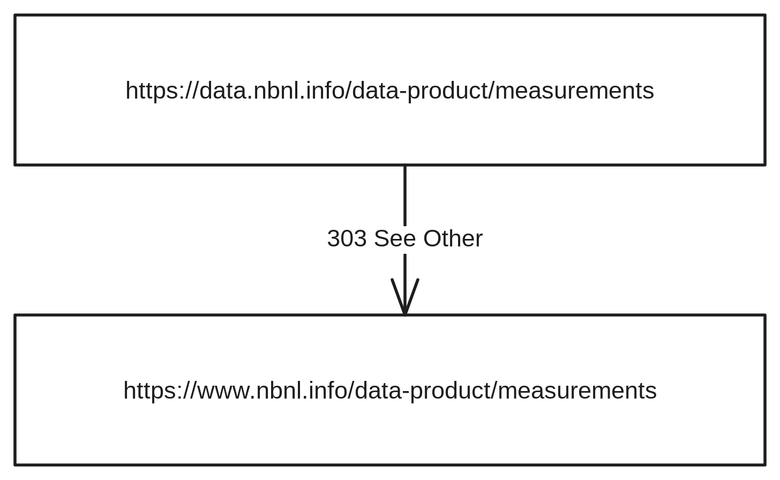
Earlier version of the Excalidraw export modules/ROOT/images/conneg-information-resources.svg (Netbeheer-Nederland/uri-policy). Source tidied: one line per element, renumbered; positions are measured from the earlier drawing's top-left corner, leaving out a move shared by most shapes.
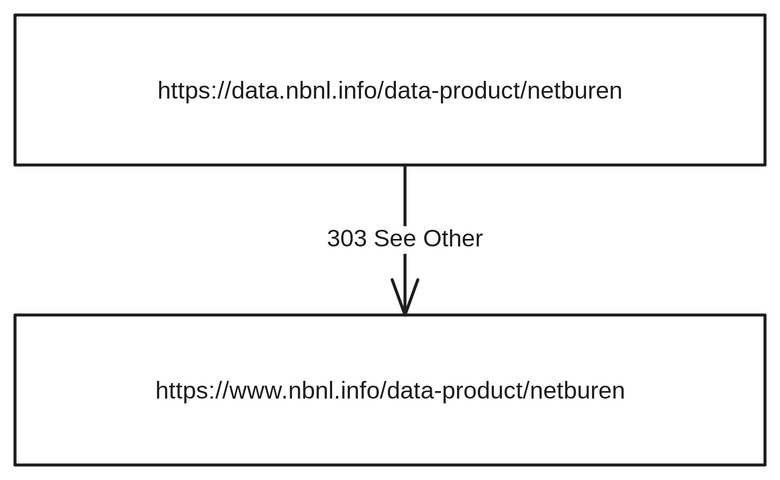
The same diagram one commit later.

Commit message:
Better examples and additional explaining of resources

Change to the diagram source:
```diff
@@ -1,6 +1,6 @@
 {"id": 0, "type": "rectangle", "strokeColor": "#1e1e1e", "strokeWidth": 2, "roughness": 0, "x": 0, "y": 0, "width": 500, "height": 100}
-{"id": 1, "type": "text", "text": "https://data.nbnl.info/data-product/measurements", "strokeColor": "#1e1e1e", "strokeWidth": 2, "roughness": 0, "fontSize": 16, "fontFamily": 3, "textAlign": "center", "verticalAlign": "middle", "inside": 0, "x": 25, "y": 40, "width": 450, "height": 19}
+{"id": 1, "type": "text", "text": "https://data.nbnl.info/data-product/netburen", "strokeColor": "#1e1e1e", "strokeWidth": 2, "roughness": 0, "fontSize": 16, "fontFamily": 3, "textAlign": "center", "verticalAlign": "middle", "inside": 0, "x": 44, "y": 40, "width": 412, "height": 19}
 {"id": 2, "type": "rectangle", "strokeColor": "#1e1e1e", "strokeWidth": 2, "roughness": 0, "x": 0, "y": 200, "width": 500, "height": 100}
-{"id": 3, "type": "text", "text": "https://www.nbnl.info/data-product/measurements", "strokeColor": "#1e1e1e", "strokeWidth": 2, "roughness": 0, "fontSize": 16, "fontFamily": 3, "textAlign": "center", "verticalAlign": "middle", "inside": 2, "x": 30, "y": 240, "width": 441, "height": 19}
+{"id": 3, "type": "text", "text": "https://www.nbnl.info/data-product/netburen", "strokeColor": "#1e1e1e", "strokeWidth": 2, "roughness": 0, "fontSize": 16, "fontFamily": 3, "textAlign": "center", "verticalAlign": "middle", "inside": 2, "x": 48, "y": 240, "width": 403, "height": 19}
 {"id": 4, "type": "arrow", "strokeColor": "#1e1e1e", "strokeWidth": 2, "roughness": 0, "endArrowhead": "arrow", "from": 0, "to": 2, "x": 260, "y": 100, "width": 0, "height": 100, "points": [[0, 0], [0, 100]]}
 {"id": 5, "type": "text", "text": "303 See Other", "strokeColor": "#1e1e1e", "strokeWidth": 2, "roughness": 0, "fontSize": 16, "fontFamily": 2, "textAlign": "center", "verticalAlign": "middle", "inside": 4, "x": 208, "y": 141, "width": 104, "height": 18}
```
